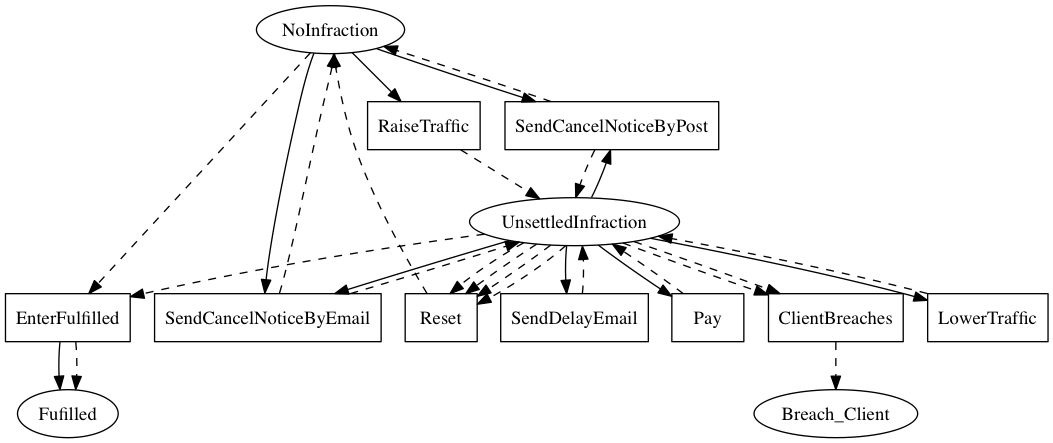
Above: linear_state_machine_language/pyL4/examples/out_graphviz/from_academic_lit/prisacariu_schneider_abdelsadiq_Internet_provision_with_renew.png in Marcao02/complaw-deeptech (Graphviz), before the change. Its source is kept beside it as linear_state_machine_language/pyL4/examples/out_graphviz/from_academic_lit/prisacariu_schneider_abdelsadiq_Internet_provision_with_renew.dot. The source it was exported from:
```dot

digraph PS_Internet_Provision {
    Fulfilled[label=Fufilled];
    NoInfraction[label=NoInfraction];
	UnsettledInfraction[label=UnsettledInfraction]

    EnterFulfilled[label=EnterFufilled,shape=box];
    SendCancelNoticeByPost[label=SendCancelNoticeByPost,shape=box];
	SendCancelNoticeByEmail[label=SendCancelNoticeByEmail,shape=box];
	Reset[label=Reset,shape=box];
	RaiseTraffic[label=RaiseTraffic,shape=box];
	LowerTraffic[label=LowerTraffic,shape=box];
	SendDelayEmail[label=SendDelayEmail,shape=box];
	Pay[label=Pay,shape=box];
	ClientBreaches[label=ClientBreaches,shape=box];
	EnterFulfilled[label=EnterFulfilled,shape=box]

    EnterFulfilled -> Fulfilled;

    NoInfraction -> RaiseTraffic;
	NoInfraction -> EnterFulfilled [style=dashed];
	NoInfraction -> SendCancelNoticeByPost;
	NoInfraction -> SendCancelNoticeByEmail;
	UnsettledInfraction -> SendCancelNoticeByPost;
	UnsettledInfraction -> SendCancelNoticeByEmail;
	UnsettledInfraction -> LowerTraffic;
	UnsettledInfraction -> SendDelayEmail;
	UnsettledInfraction -> Pay;
	UnsettledInfraction -> Reset [style=dashed];
	UnsettledInfraction -> ClientBreaches [style=dashed];
	UnsettledInfraction -> Reset [style=dashed];
	UnsettledInfraction -> Reset [style=dashed];
	UnsettledInfraction -> Reset [style=dashed];
	UnsettledInfraction -> ClientBreaches [style=dashed];
	UnsettledInfraction -> EnterFulfilled [style=dashed]

    Reset -> NoInfraction [style=dashed];
	RaiseTraffic -> UnsettledInfraction [style=dashed];
	LowerTraffic -> UnsettledInfraction [style=dashed];
	Pay -> UnsettledInfraction [style=dashed];
	ClientBreaches -> Breach_Client [style=dashed];
	EnterFulfilled -> Fulfilled [style=dashed];


    SendCancelNoticeByPost -> NoInfraction [style=dashed];
	SendCancelNoticeByEmail -> NoInfraction [style=dashed];
	SendCancelNoticeByPost -> UnsettledInfraction [style=dashed];
	SendCancelNoticeByEmail -> UnsettledInfraction [style=dashed];
	SendDelayEmail -> UnsettledInfraction [style=dashed];

}
```
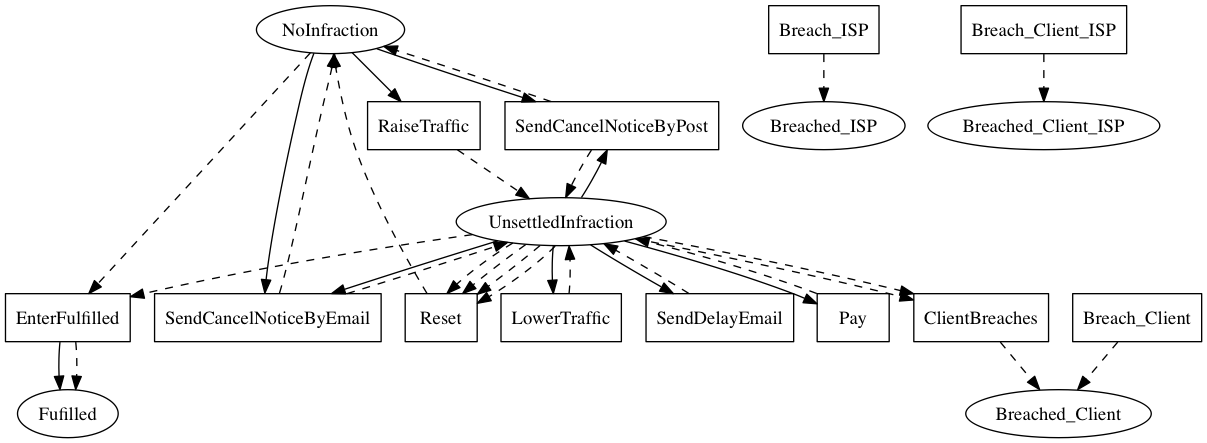
After the change.

The edit, as a diff of the source:
```diff
@@ -2,7 +2,10 @@
 digraph PS_Internet_Provision {
     Fulfilled[label=Fufilled];
     NoInfraction[label=NoInfraction];
-	UnsettledInfraction[label=UnsettledInfraction]
+	UnsettledInfraction[label=UnsettledInfraction];
+	Breached_ISP[label=Breached_ISP];
+	Breached_Client[label=Breached_Client];
+	Breached_Client_ISP[label=Breached_Client_ISP]
 
     EnterFulfilled[label=EnterFufilled,shape=box];
     SendCancelNoticeByPost[label=SendCancelNoticeByPost,shape=box];
@@ -13,7 +16,10 @@
 	SendDelayEmail[label=SendDelayEmail,shape=box];
 	Pay[label=Pay,shape=box];
 	ClientBreaches[label=ClientBreaches,shape=box];
-	EnterFulfilled[label=EnterFulfilled,shape=box]
+	EnterFulfilled[label=EnterFulfilled,shape=box];
+	Breach_ISP[label=Breach_ISP,shape=box];
+	Breach_Client[label=Breach_Client,shape=box];
+	Breach_Client_ISP[label=Breach_Client_ISP,shape=box]
 
     EnterFulfilled -> Fulfilled;
 
@@ -38,8 +44,11 @@
 	RaiseTraffic -> UnsettledInfraction [style=dashed];
 	LowerTraffic -> UnsettledInfraction [style=dashed];
 	Pay -> UnsettledInfraction [style=dashed];
-	ClientBreaches -> Breach_Client [style=dashed];
+	ClientBreaches -> Breached_Client [style=dashed];
 	EnterFulfilled -> Fulfilled [style=dashed];
+	Breach_ISP -> Breached_ISP [style=dashed];
+	Breach_Client -> Breached_Client [style=dashed];
+	Breach_Client_ISP -> Breached_Client_ISP [style=dashed];
 
 
     SendCancelNoticeByPost -> NoInfraction [style=dashed];
```
